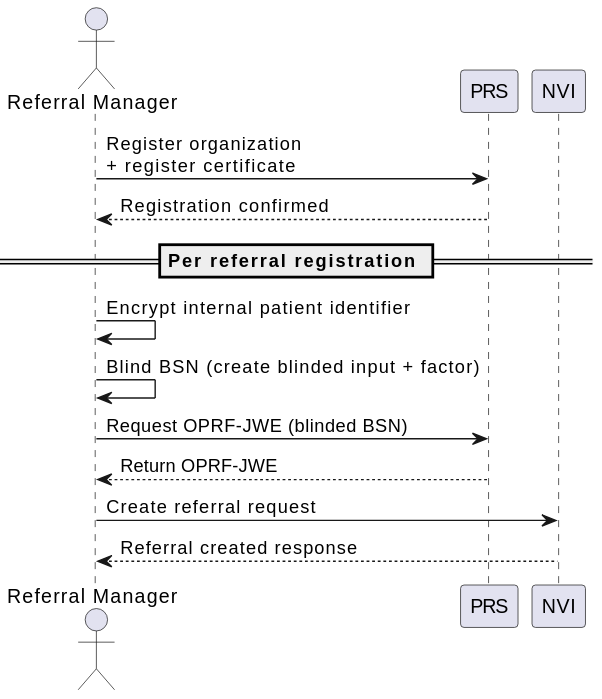
Earlier version of the PlantUML export docs/images/referral-registration-pseudonymization-flow.svg (minvws/gfmodules-nationale-verwijsindex-registratie-service). Its source is kept beside it as docs/puml/referral-registration-pseudonymization-flow.puml. Source of this version:
```plantuml
@startuml
actor "Referral Manager" as RM
participant "PRS" as PRS
participant "NVI" as NVI

RM -> PRS : Register organization\n+ register certificate
PRS --> RM : Registration confirmed

== Per referral registration ==

RM -> RM : Encrypt internal patient identifier
RM -> RM : Blind BSN (create blinded input + factor)

RM -> PRS : Request OPRF-JWE (blinded BSN)
PRS --> RM : Return OPRF-JWE

RM -> NVI : Create referral request
NVI --> RM : Referral created response

@enduml
```
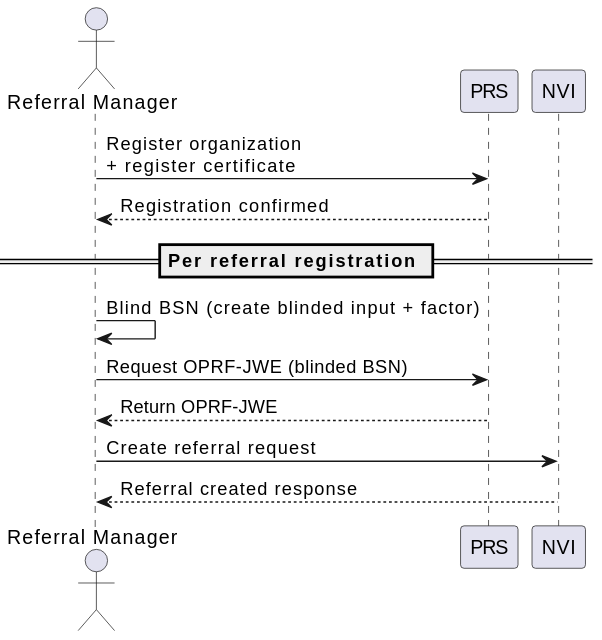
After the commit.

Diff of the diagram source:
```diff
@@ -8,7 +8,6 @@
 
 == Per referral registration ==
 
-RM -> RM : Encrypt internal patient identifier
 RM -> RM : Blind BSN (create blinded input + factor)
 
 RM -> PRS : Request OPRF-JWE (blinded BSN)
```
